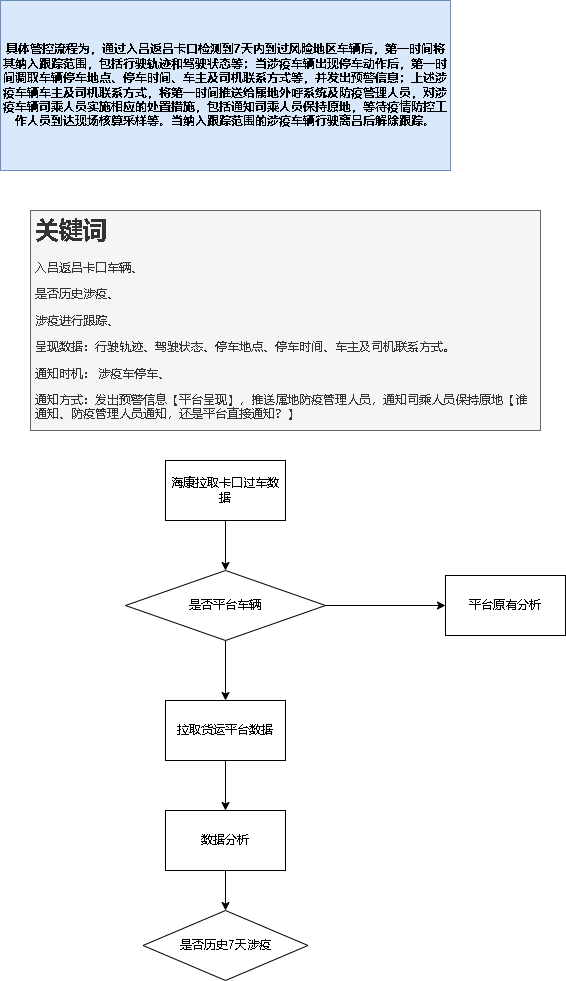
This is 吕梁疫情防控.drawio.png from xktder/draw, a draw.io export, as it was before one commit. Source tidied: cells renumbered, new cells last; positions are measured from the earlier drawing's top-left corner, leaving out a move shared by most shapes. Its diagram source:
```xml
<mxGraphModel>
  <root>
    <mxCell id="0" />
    <mxCell id="1" parent="0" />
    <mxCell id="2" value="具体管控流程为，通过入吕返吕卡口检测到7天内到过风险地区车辆后，第一时间将其纳入跟踪范围，包括行驶轨迹和驾驶状态等；当涉疫车辆出现停车动作后，第一时间调取车辆停车地点、停车时间、车主及司机联系方式等，并发出预警信息；上述涉疫车辆车主及司机联系方式，将第一时间推送给属地外呼系统及防疫管理人员，对涉疫车辆司乘人员实施相应的处置措施，包括通知司乘人员保持原地，等待疫情防控工作人员到达现场核算采样等。当纳入跟踪范围的涉疫车辆行驶离吕后解除跟踪。" style="rounded=0;whiteSpace=wrap;html=1;fontStyle=1;fillColor=#dae8fc;strokeColor=#6c8ebf;" parent="1" vertex="1">
      <mxGeometry width="450" height="170" as="geometry" />
    </mxCell>
    <mxCell id="3" value="&lt;h1&gt;关键词&lt;/h1&gt;&lt;p&gt;入吕返吕卡口车辆、&lt;/p&gt;&lt;p&gt;是否历史涉疫、&lt;/p&gt;&lt;p&gt;涉疫进行跟踪、&lt;/p&gt;&lt;p&gt;呈现数据：行驶轨迹、驾驶状态、停车地点、停车时间、车主及司机联系方式。&lt;/p&gt;&lt;p&gt;通知时机： 涉疫车停车、&lt;/p&gt;&lt;p&gt;通知方式：发出预警信息【平台呈现】，推送属地防疫管理人员，通知司乘人员保持原地【谁通知、防疫管理人员通知，还是平台直接通知？】&lt;/p&gt;&lt;p&gt;取消跟踪：车辆驶离吕。&lt;/p&gt;" style="text;html=1;strokeColor=#666666;fillColor=#f5f5f5;spacing=5;spacingTop=-20;whiteSpace=wrap;overflow=hidden;rounded=0;fontColor=#333333;" parent="1" vertex="1">
      <mxGeometry x="30" y="210" width="510" height="220" as="geometry" />
    </mxCell>
    <mxCell id="4" style="edgeStyle=orthogonalEdgeStyle;rounded=0;jettySize=auto;html=1;" parent="1" edge="1" source="6" target="9">
      <mxGeometry relative="1" as="geometry" />
    </mxCell>
    <mxCell id="5" style="edgeStyle=orthogonalEdgeStyle;rounded=0;jettySize=auto;html=1;" parent="1" edge="1" source="6" target="11">
      <mxGeometry relative="1" as="geometry" />
    </mxCell>
    <mxCell id="6" value="是否平台车辆" style="rhombus;whiteSpace=wrap;html=1;" parent="1" vertex="1">
      <mxGeometry x="125" y="570" width="200" height="70" as="geometry" />
    </mxCell>
    <mxCell id="7" style="edgeStyle=orthogonalEdgeStyle;rounded=0;jettySize=auto;html=1;entryX=0.5;entryY=0;entryDx=0;entryDy=0;" parent="1" edge="1" source="8" target="6">
      <mxGeometry relative="1" as="geometry" />
    </mxCell>
    <mxCell id="8" value="海康拉取卡口过车数据" style="rounded=0;whiteSpace=wrap;html=1;" parent="1" vertex="1">
      <mxGeometry x="165" y="460" width="120" height="60" as="geometry" />
    </mxCell>
    <mxCell id="9" value="平台原有分析" style="whiteSpace=wrap;html=1;" parent="1" vertex="1">
      <mxGeometry x="445" y="575" width="120" height="60" as="geometry" />
    </mxCell>
    <mxCell id="10" style="edgeStyle=orthogonalEdgeStyle;rounded=0;jettySize=auto;html=1;" parent="1" edge="1" source="11" target="13">
      <mxGeometry relative="1" as="geometry" />
    </mxCell>
    <mxCell id="11" value="拉取货运平台数据" style="whiteSpace=wrap;html=1;" parent="1" vertex="1">
      <mxGeometry x="165" y="700" width="120" height="60" as="geometry" />
    </mxCell>
    <mxCell id="12" style="edgeStyle=orthogonalEdgeStyle;rounded=0;jettySize=auto;html=1;" parent="1" edge="1" source="13" target="14">
      <mxGeometry relative="1" as="geometry" />
    </mxCell>
    <mxCell id="13" value="数据分析" style="whiteSpace=wrap;html=1;" parent="1" vertex="1">
      <mxGeometry x="165" y="810" width="120" height="60" as="geometry" />
    </mxCell>
    <mxCell id="14" value="是否历史7天涉疫" style="rhombus;whiteSpace=wrap;html=1;fontFamily=Helvetica;fontSize=12;fontColor=default;align=center;strokeColor=default;fillColor=default;" parent="1" vertex="1">
      <mxGeometry x="142.5" y="910" width="165" height="70" as="geometry" />
    </mxCell>
  </root>
</mxGraphModel>
```
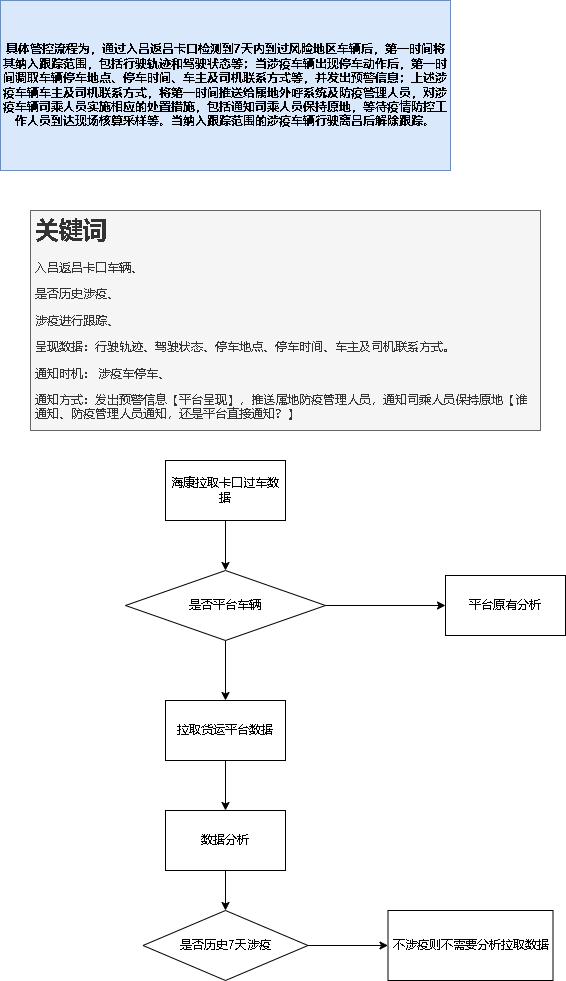
Later version of the same file.

Commit message:
更新吕梁疫情防控.drawio.png

The edit, as a diff of the source:
```diff
@@ -38,8 +38,14 @@
     <mxCell id="13" value="数据分析" style="whiteSpace=wrap;html=1;" parent="1" vertex="1">
       <mxGeometry x="165" y="810" width="120" height="60" as="geometry" />
     </mxCell>
+    <mxCell id="15" style="edgeStyle=orthogonalEdgeStyle;rounded=0;jettySize=auto;html=1;" parent="1" edge="1" source="14" target="16">
+      <mxGeometry relative="1" as="geometry" />
+    </mxCell>
     <mxCell id="14" value="是否历史7天涉疫" style="rhombus;whiteSpace=wrap;html=1;fontFamily=Helvetica;fontSize=12;fontColor=default;align=center;strokeColor=default;fillColor=default;" parent="1" vertex="1">
       <mxGeometry x="142.5" y="910" width="165" height="70" as="geometry" />
     </mxCell>
+    <mxCell id="16" value="不涉疫则不需要分析拉取数据" style="rounded=0;whiteSpace=wrap;html=1;fontFamily=Helvetica;fontSize=12;fontColor=default;align=center;strokeColor=default;fillColor=default;" parent="1" vertex="1">
+      <mxGeometry x="387.5" y="910" width="165" height="70" as="geometry" />
+    </mxCell>
   </root>
 </mxGraphModel>
```
